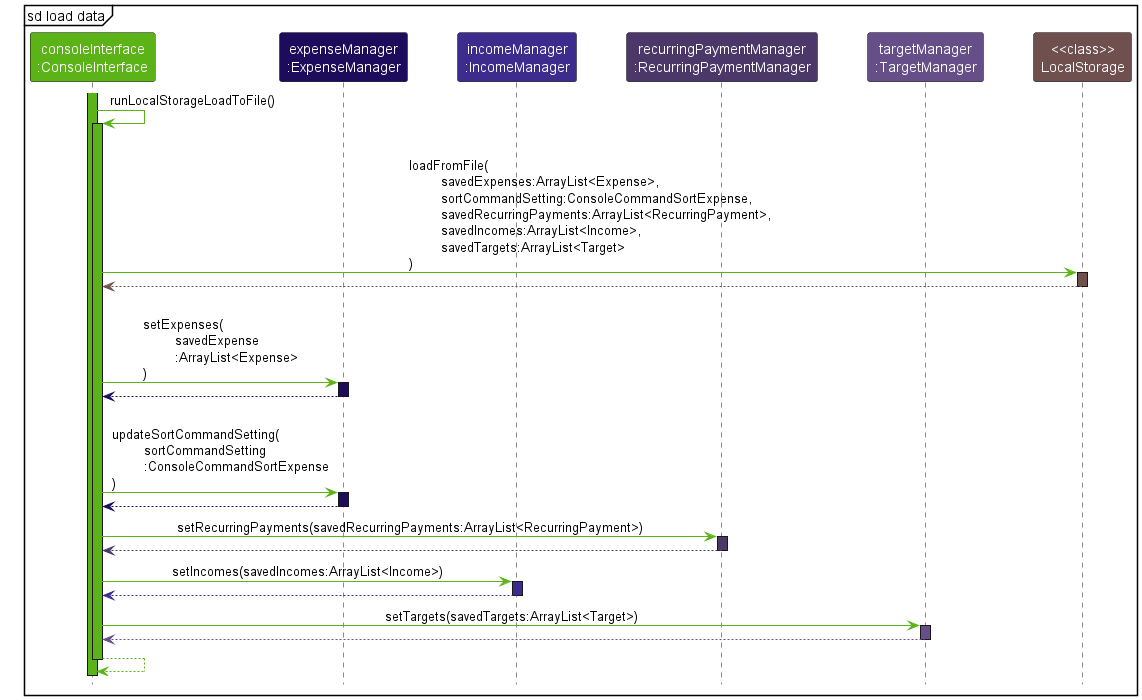
nus-cs2113-AY2223S1/tp keeps this PlantUML diagram as docs/images/ImplementationSDLoadData.png. Above is the earlier version.
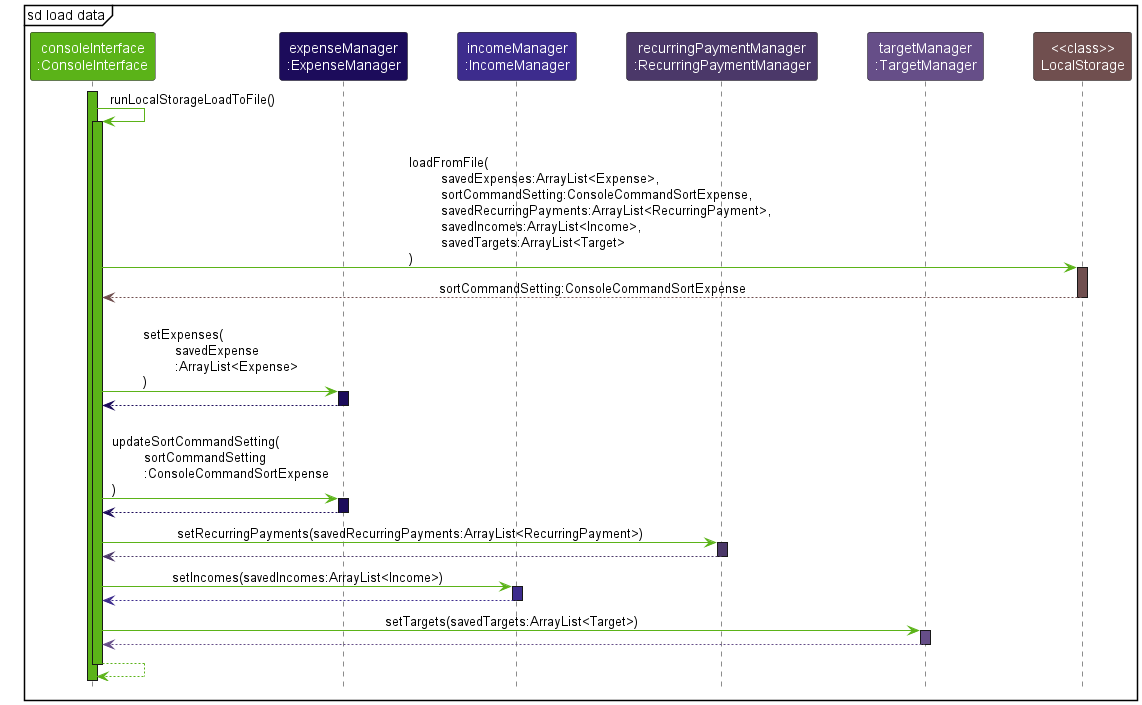
After the change.

Commit message:
Update load data diagrams

Diff of the diagram source:
```diff
@@ -20,7 +20,7 @@
 consoleInterface -[USER_INTERFACE_COLOR_1]> LocalStorage : \lloadFromFile(\n\tsavedExpenses:ArrayList<Expense>,\n\tsortCommandSetting:ConsoleCommandSortExpense,\n\tsavedRecurringPayments:ArrayList<RecurringPayment>,\n\tsavedIncomes:ArrayList<Income>,\n\tsavedTargets:ArrayList<Target>\n)
 activate LocalStorage STORAGE_COLOR_1
 
-LocalStorage --[STORAGE_COLOR_1]> consoleInterface
+LocalStorage --[STORAGE_COLOR_1]> consoleInterface : sortCommandSetting:ConsoleCommandSortExpense
 deactivate LocalStorage
 
 consoleInterface -[USER_INTERFACE_COLOR_1]> expenseManager : \lsetExpenses(\n\tsavedExpense\n\t:ArrayList<Expense>\n)
```
